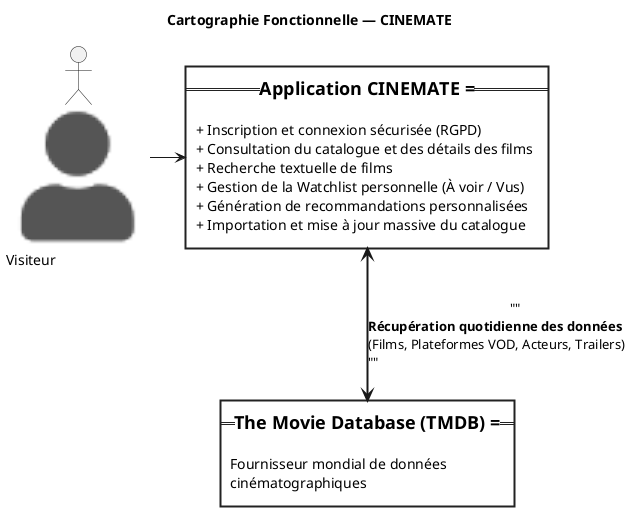
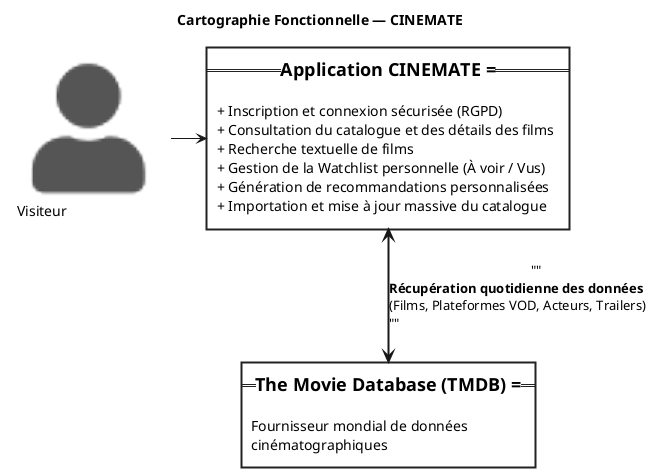
@startuml funcmap
title Cartographie Fonctionnelle — CINEMATE

!include <tupadr3/common>
!include <tupadr3/font-awesome-5/user>
!include <tupadr3/font-awesome-5/user_check>
!include <tupadr3/font-awesome-5/cogs>

skinparam shadowing false
skinparam RoundCorner 0
skinparam DefaultTextAlignment left

skinparam rectangle {
    BackgroundColor White
    BorderThickness 2
    BorderColor #222222
}

' ACTEURS
- actor "<color:#555555><$user{scale=3}></color>\nVisiteur" as Visiteur
+ skinparam rectangle<<centered>> {
+     DefaultTextAlignment center
+     TextAlignment center
+ }
+ rectangle "<color:#555555><$user{scale=3}></color>\nVisiteur" as Visiteur <<centered>> #transparent;line:transparent


' SYSTÈME PRINCIPAL
rectangle "=== Application CINEMATE ===\n\n+ Inscription et connexion sécurisée (RGPD)\n+ Consultation du catalogue et des détails des films\n+ Recherche textuelle de films\n+ Gestion de la Watchlist personnelle (À voir / Vus)\n+ Génération de recommandations personnalisées\n+ Importation et mise à jour massive du catalogue" as Cinemate

' SYSTÈME EXTERNE
rectangle "=== The Movie Database (TMDB) ===\n\nFournisseur mondial de données\ncinématographiques" as TMDB

' ACTIONS DES ACTEURS VERS LE SYSTÈME (Flèches fines)
Visiteur -right-> Cinemate

' FLUX D'ÉCHANGE ENTRE SYSTÈMES (Flèche large avec <=>)
Cinemate <=down=> TMDB : ""                                          ""\n**Récupération quotidienne des données**\n(Films, Plateformes VOD, Acteurs, Trailers)\n""                                          ""

@enduml
